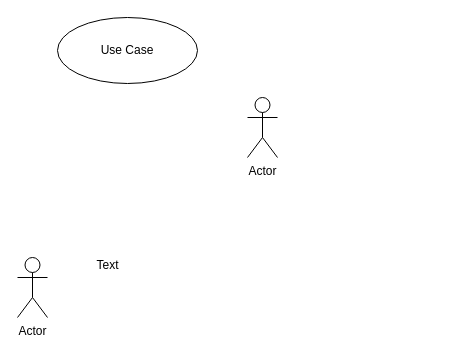
Before: Untitled Diagram.drawio in AlMoqanna/drawiotest, a draw.io diagram. Source tidied: cells renumbered, new cells numbered last; positions are measured from the earlier drawing's top-left corner, leaving out a move shared by most shapes. Both pictures are drawn from the tidied source at 100%, with x=0, y=0 at pixel (17, 17).
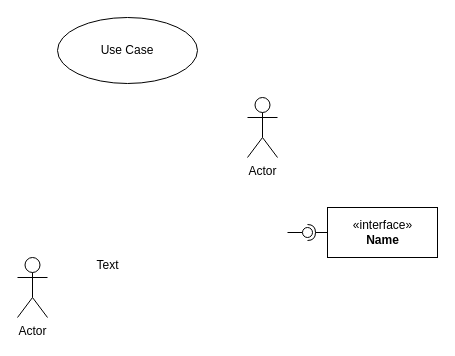
After the change.

What changed in the source:
```diff
@@
 <mxGraphModel>
   <root>
     <mxCell id="0" />
     <mxCell id="1" parent="0" />
     <mxCell id="2" value="Actor" style="shape=umlActor;verticalLabelPosition=bottom;labelBackgroundColor=#ffffff;verticalAlign=top;html=1;" parent="1" vertex="1">
       <mxGeometry y="240" width="30" height="60" as="geometry" />
     </mxCell>
     <mxCell id="3" value="Actor" style="shape=umlActor;verticalLabelPosition=bottom;labelBackgroundColor=#ffffff;verticalAlign=top;html=1;" parent="1" vertex="1">
       <mxGeometry x="230" y="80" width="30" height="60" as="geometry" />
     </mxCell>
     <mxCell id="4" value="Text" style="text;html=1;align=center;verticalAlign=middle;" parent="1" vertex="1">
       <mxGeometry x="70" y="238" width="40" height="20" as="geometry" />
     </mxCell>
     <mxCell id="5" value="Use Case" style="ellipse;whiteSpace=wrap;html=1;" parent="1" vertex="1">
       <mxGeometry x="40" width="140" height="66" as="geometry" />
     </mxCell>
+    <mxCell id="6" value="&amp;laquo;interface&amp;raquo;&lt;br&gt;&lt;b&gt;Name&lt;/b&gt;" style="html=1;" parent="1" vertex="1">
+      <mxGeometry x="310" y="190" width="110" height="50" as="geometry" />
+    </mxCell>
+    <mxCell id="7" style="rounded=0;jettySize=auto;html=1;endArrow=none;endFill=0;" parent="1" edge="1" target="9">
+      <mxGeometry relative="1" as="geometry">
+        <mxPoint x="270" y="215" as="sourcePoint" />
+      </mxGeometry>
+    </mxCell>
+    <mxCell id="8" style="rounded=0;jettySize=auto;html=1;endArrow=halfCircle;endFill=0;entryX=0.5;entryY=0.5;entryDx=0;entryDy=0;endSize=6;strokeWidth=1;" parent="1" edge="1" target="9">
+      <mxGeometry relative="1" as="geometry">
+        <mxPoint x="310" y="215" as="sourcePoint" />
+      </mxGeometry>
+    </mxCell>
+    <mxCell id="9" style="ellipse;whiteSpace=wrap;html=1;fontFamily=Helvetica;fontSize=12;fontColor=#000000;align=center;strokeColor=#000000;fillColor=#ffffff;points=[];" parent="1" vertex="1">
+      <mxGeometry x="285" y="210" width="10" height="10" as="geometry" />
+    </mxCell>
   </root>
 </mxGraphModel>
```
